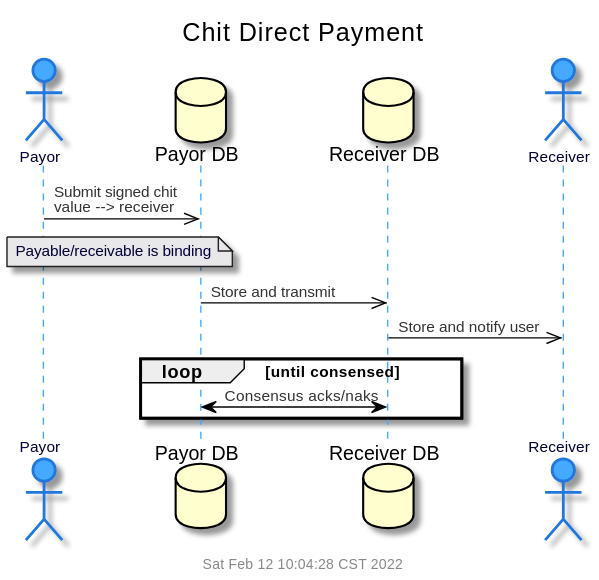
The PlantUML diagram doc/uml/seq-chit-pmt.svg in gotchoices/MyCHIPs, before a commit.
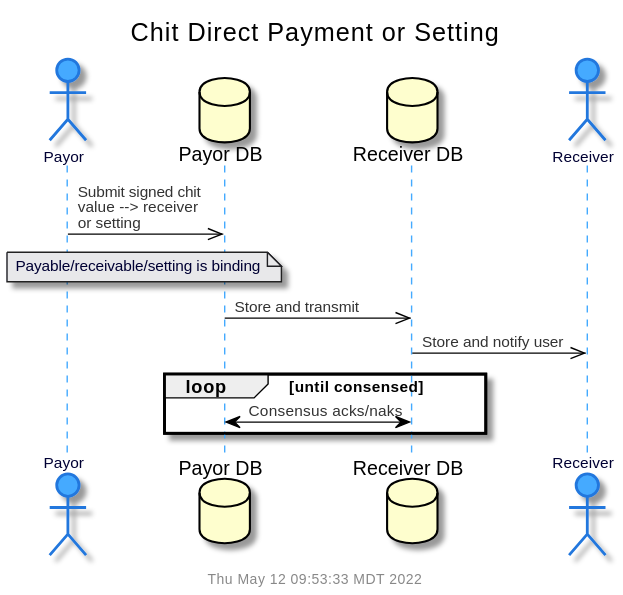
The same file after the commit.

Change to the diagram source:
```diff
@@ -1,14 +1,14 @@
 @startuml
 !include common.puml
-$title(Chit Direct Payment)
+$title(Chit Direct Payment or Setting)
 actor "Payor" as pay
 database "Payor DB" as payDB
 database "Receiver DB" as recDB
 actor "Receiver" as rec
 
-pay	->>	payDB:		Submit signed chit\nvalue --> receiver
+pay	->>	payDB:		Submit signed chit\nvalue --> receiver\nor setting
 note over pay, payDB
-  Payable/receivable is binding
+  Payable/receivable/setting is binding
 end note
 payDB	->>	recDB:		Store and transmit
 recDB	->>	rec:		Store and notify user
```
